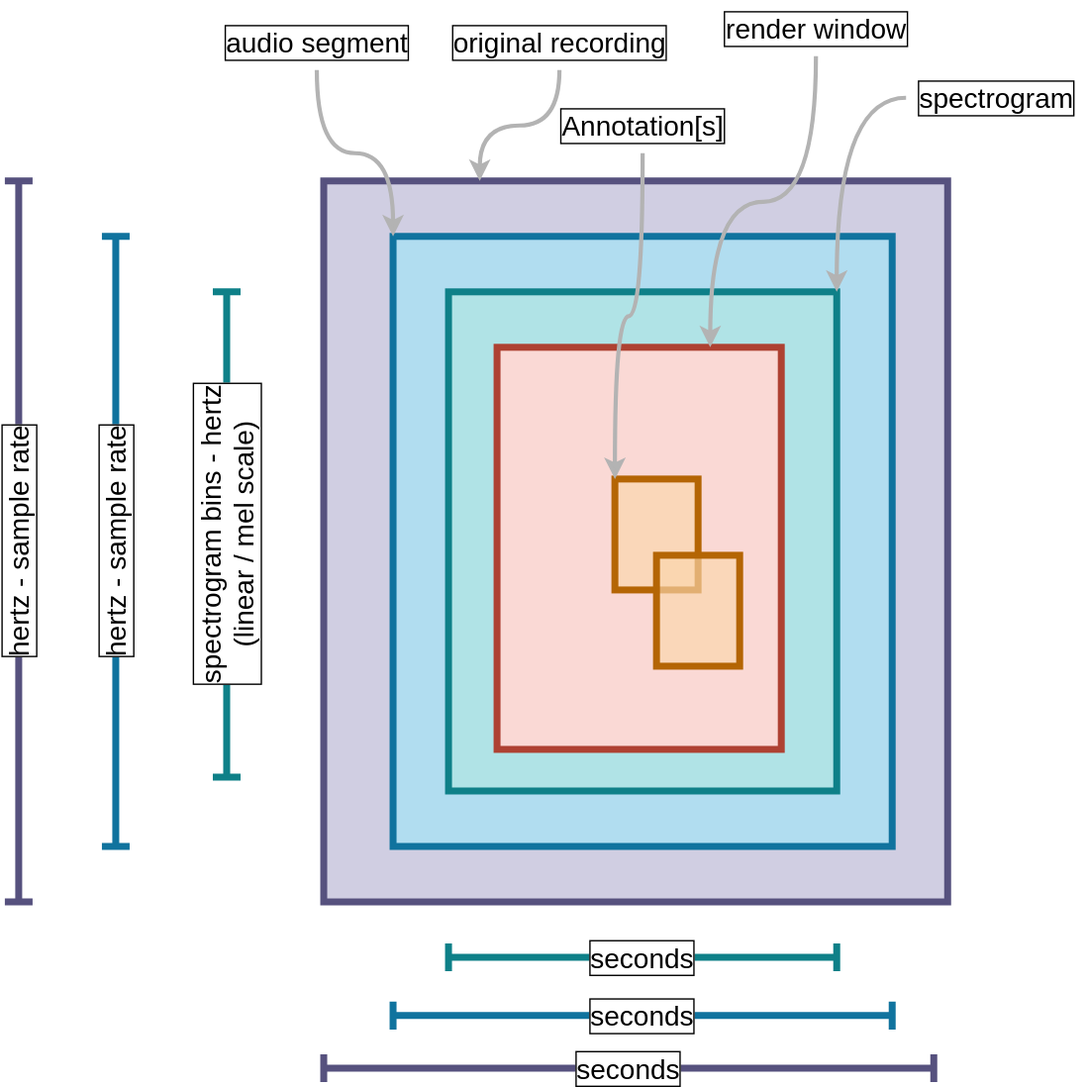
ecoacoustics/web-components keeps this draw.io diagram as docs/media/concepts.drawio.svg. Above is the earlier version. Source tidied: cells renumbered, new cells last; positions are measured from the earlier drawing's top-left corner, leaving out a move shared by most shapes. Source of this version:
```xml
<mxGraphModel>
  <root>
    <mxCell id="0" />
    <mxCell id="1" parent="0" />
    <mxCell id="2" style="rounded=0;whiteSpace=wrap;html=1;fillColor=#d0cee2;strokeWidth=5;strokeColor=#56517e;" parent="1" vertex="1">
      <mxGeometry x="230" y="130" width="450" height="520" as="geometry" />
    </mxCell>
    <mxCell id="3" style="rounded=0;whiteSpace=wrap;html=1;fillColor=#b1ddf0;strokeWidth=5;strokeColor=#10739e;" parent="1" vertex="1">
      <mxGeometry x="280" y="170" width="360" height="440" as="geometry" />
    </mxCell>
    <mxCell id="4" style="rounded=0;whiteSpace=wrap;html=1;fillColor=#b0e3e6;strokeWidth=5;strokeColor=#0e8088;" parent="1" vertex="1">
      <mxGeometry x="320" y="210" width="280" height="360" as="geometry" />
    </mxCell>
    <mxCell id="5" value="Annotation[s]" style="text;html=1;align=center;verticalAlign=middle;points=[];strokeColor=none;fillColor=none;fontSize=20;labelBackgroundColor=default;labelBorderColor=default;spacing=2;spacingTop=0;" parent="1" vertex="1">
      <mxGeometry x="390" y="70" width="140" height="40" as="geometry" />
    </mxCell>
    <mxCell id="6" style="edgeStyle=orthogonalEdgeStyle;curved=1;html=1;entryX=1;entryY=0;entryDx=0;entryDy=0;strokeColor=#B3B3B3;strokeWidth=3;fontSize=20;" parent="1" edge="1" source="7" target="4">
      <mxGeometry relative="1" as="geometry" />
    </mxCell>
    <mxCell id="7" value="spectrogram" style="text;html=1;align=center;verticalAlign=middle;points=[];strokeColor=none;fillColor=none;fontSize=20;labelBackgroundColor=default;labelBorderColor=default;spacing=2;spacingTop=0;" parent="1" vertex="1">
      <mxGeometry x="650" y="50" width="130" height="40" as="geometry" />
    </mxCell>
    <mxCell id="8" style="edgeStyle=orthogonalEdgeStyle;curved=1;html=1;entryX=0;entryY=0;entryDx=0;entryDy=0;strokeColor=#B3B3B3;strokeWidth=3;fontSize=20;" parent="1" edge="1" source="9" target="3">
      <mxGeometry relative="1" as="geometry" />
    </mxCell>
    <mxCell id="9" value="audio segment" style="text;html=1;align=center;verticalAlign=middle;points=[];strokeColor=none;fillColor=none;fontSize=20;labelBackgroundColor=default;labelBorderColor=default;spacing=2;spacingTop=0;" parent="1" vertex="1">
      <mxGeometry x="150" y="10" width="150" height="40" as="geometry" />
    </mxCell>
    <mxCell id="10" style="edgeStyle=orthogonalEdgeStyle;curved=1;html=1;entryX=0.25;entryY=0;entryDx=0;entryDy=0;strokeColor=#B3B3B3;strokeWidth=3;fontSize=20;" parent="1" edge="1" source="11" target="2">
      <mxGeometry relative="1" as="geometry" />
    </mxCell>
    <mxCell id="11" value="original recording" style="text;html=1;align=center;verticalAlign=middle;points=[];strokeColor=none;fillColor=none;fontSize=20;labelBackgroundColor=default;labelBorderColor=default;spacing=2;spacingTop=0;" parent="1" vertex="1">
      <mxGeometry x="310" y="10" width="180" height="40" as="geometry" />
    </mxCell>
    <mxCell id="12" style="rounded=0;whiteSpace=wrap;html=1;fillColor=#fad9d5;strokeWidth=5;strokeColor=#ae4132;" parent="1" vertex="1">
      <mxGeometry x="355" y="250" width="205" height="290" as="geometry" />
    </mxCell>
    <mxCell id="13" value="spectrogram bins - hertz&lt;br&gt;(linear / mel scale)" style="shape=crossbar;whiteSpace=wrap;html=1;rounded=1;direction=south;glass=0;labelBackgroundColor=default;labelBorderColor=default;sketch=0;strokeColor=#0e8088;strokeWidth=5;fontSize=20;fillColor=#b0e3e6;horizontal=0;" parent="1" vertex="1">
      <mxGeometry x="150" y="210" width="20" height="350" as="geometry" />
    </mxCell>
    <mxCell id="14" value="hertz - sample rate" style="shape=crossbar;whiteSpace=wrap;html=1;rounded=1;direction=south;glass=0;labelBackgroundColor=default;labelBorderColor=default;sketch=0;strokeColor=#10739e;strokeWidth=5;fontSize=20;fillColor=#b1ddf0;horizontal=0;" parent="1" vertex="1">
      <mxGeometry x="70" y="170" width="20" height="440" as="geometry" />
    </mxCell>
    <mxCell id="15" value="hertz - sample rate" style="shape=crossbar;whiteSpace=wrap;html=1;rounded=1;direction=south;glass=0;labelBackgroundColor=default;labelBorderColor=default;sketch=0;strokeColor=#56517e;strokeWidth=5;fontSize=20;fillColor=#d0cee2;horizontal=0;" parent="1" vertex="1">
      <mxGeometry y="130" width="20" height="520" as="geometry" />
    </mxCell>
    <mxCell id="16" value="seconds" style="shape=crossbar;whiteSpace=wrap;html=1;rounded=1;glass=0;labelBackgroundColor=default;labelBorderColor=default;sketch=0;strokeColor=#0e8088;strokeWidth=5;fontSize=20;fillColor=#b0e3e6;fixDash=0;" parent="1" vertex="1">
      <mxGeometry x="320" y="680" width="280" height="20" as="geometry" />
    </mxCell>
    <mxCell id="17" value="seconds" style="shape=crossbar;whiteSpace=wrap;html=1;rounded=1;glass=0;labelBackgroundColor=default;labelBorderColor=default;sketch=0;strokeColor=#10739e;strokeWidth=5;fontSize=20;fillColor=#b1ddf0;" parent="1" vertex="1">
      <mxGeometry x="280" y="722" width="360" height="20" as="geometry" />
    </mxCell>
    <mxCell id="18" value="seconds" style="shape=crossbar;whiteSpace=wrap;html=1;rounded=1;glass=0;labelBackgroundColor=default;labelBorderColor=default;sketch=0;strokeColor=#56517e;strokeWidth=5;fontSize=20;fillColor=#d0cee2;" parent="1" vertex="1">
      <mxGeometry x="230" y="760" width="440" height="20" as="geometry" />
    </mxCell>
    <mxCell id="19" style="rounded=0;whiteSpace=wrap;html=1;fillColor=#fad7ac;strokeWidth=5;strokeColor=#b46504;fillOpacity=66;" parent="1" vertex="1">
      <mxGeometry x="440" y="345" width="60" height="80" as="geometry" />
    </mxCell>
    <mxCell id="20" style="rounded=0;whiteSpace=wrap;html=1;fillColor=#fad7ac;strokeWidth=5;strokeColor=#b46504;glass=0;fillOpacity=66;" parent="1" vertex="1">
      <mxGeometry x="470" y="400" width="60" height="80" as="geometry" />
    </mxCell>
    <mxCell id="21" style="edgeStyle=orthogonalEdgeStyle;html=1;entryX=0;entryY=0;entryDx=0;entryDy=0;fontSize=20;curved=1;strokeWidth=3;strokeColor=#B3B3B3;" parent="1" edge="1" source="5" target="19">
      <mxGeometry relative="1" as="geometry" />
    </mxCell>
    <mxCell id="22" style="edgeStyle=orthogonalEdgeStyle;curved=1;html=1;entryX=0.75;entryY=0;entryDx=0;entryDy=0;strokeColor=#B3B3B3;strokeWidth=3;fontSize=20;" parent="1" edge="1" source="23" target="12">
      <mxGeometry relative="1" as="geometry" />
    </mxCell>
    <mxCell id="23" value="render window" style="text;html=1;align=center;verticalAlign=middle;points=[];strokeColor=none;fillColor=none;fontSize=20;labelBackgroundColor=default;labelBorderColor=default;spacing=2;spacingTop=0;" parent="1" vertex="1">
      <mxGeometry x="510" width="150" height="40" as="geometry" />
    </mxCell>
  </root>
</mxGraphModel>
```
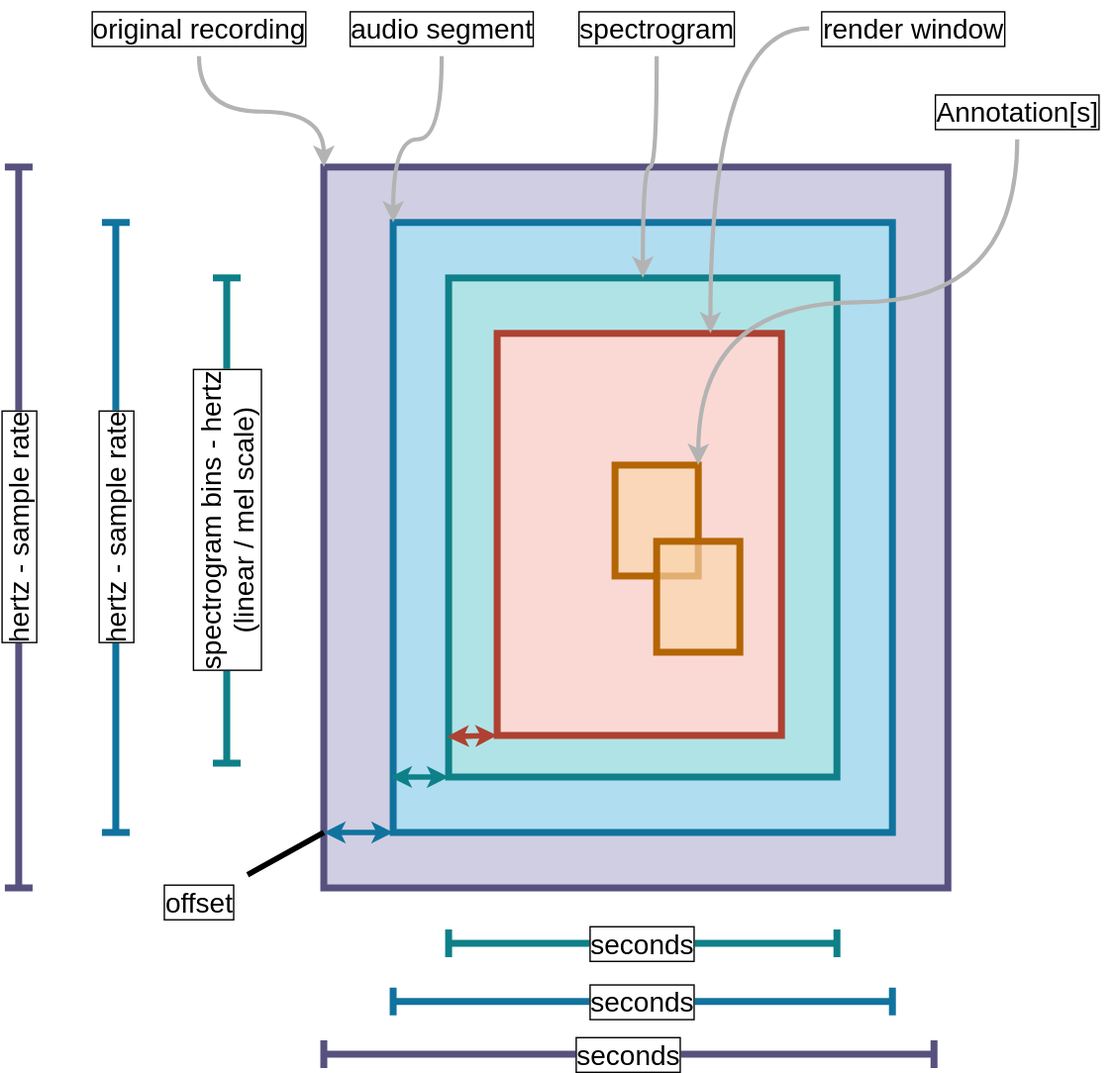
Later version of the same file.

Diff of the diagram source:
```diff
@@ -12,25 +12,25 @@
       <mxGeometry x="320" y="210" width="280" height="360" as="geometry" />
     </mxCell>
     <mxCell id="5" value="Annotation[s]" style="text;html=1;align=center;verticalAlign=middle;points=[];strokeColor=none;fillColor=none;fontSize=20;labelBackgroundColor=default;labelBorderColor=default;spacing=2;spacingTop=0;" parent="1" vertex="1">
-      <mxGeometry x="390" y="70" width="140" height="40" as="geometry" />
+      <mxGeometry x="660" y="70" width="140" height="40" as="geometry" />
     </mxCell>
-    <mxCell id="6" style="edgeStyle=orthogonalEdgeStyle;curved=1;html=1;entryX=1;entryY=0;entryDx=0;entryDy=0;strokeColor=#B3B3B3;strokeWidth=3;fontSize=20;" parent="1" edge="1" source="7" target="4">
+    <mxCell id="6" style="edgeStyle=orthogonalEdgeStyle;curved=1;html=1;strokeColor=#B3B3B3;strokeWidth=3;fontSize=20;" parent="1" edge="1" source="7" target="4">
       <mxGeometry relative="1" as="geometry" />
     </mxCell>
     <mxCell id="7" value="spectrogram" style="text;html=1;align=center;verticalAlign=middle;points=[];strokeColor=none;fillColor=none;fontSize=20;labelBackgroundColor=default;labelBorderColor=default;spacing=2;spacingTop=0;" parent="1" vertex="1">
-      <mxGeometry x="650" y="50" width="130" height="40" as="geometry" />
+      <mxGeometry x="405" y="10" width="130" height="40" as="geometry" />
     </mxCell>
     <mxCell id="8" style="edgeStyle=orthogonalEdgeStyle;curved=1;html=1;entryX=0;entryY=0;entryDx=0;entryDy=0;strokeColor=#B3B3B3;strokeWidth=3;fontSize=20;" parent="1" edge="1" source="9" target="3">
       <mxGeometry relative="1" as="geometry" />
     </mxCell>
     <mxCell id="9" value="audio segment" style="text;html=1;align=center;verticalAlign=middle;points=[];strokeColor=none;fillColor=none;fontSize=20;labelBackgroundColor=default;labelBorderColor=default;spacing=2;spacingTop=0;" parent="1" vertex="1">
-      <mxGeometry x="150" y="10" width="150" height="40" as="geometry" />
+      <mxGeometry x="240" y="10" width="150" height="40" as="geometry" />
     </mxCell>
-    <mxCell id="10" style="edgeStyle=orthogonalEdgeStyle;curved=1;html=1;entryX=0.25;entryY=0;entryDx=0;entryDy=0;strokeColor=#B3B3B3;strokeWidth=3;fontSize=20;" parent="1" edge="1" source="11" target="2">
+    <mxCell id="10" style="edgeStyle=orthogonalEdgeStyle;curved=1;html=1;entryX=0;entryY=0;entryDx=0;entryDy=0;strokeColor=#B3B3B3;strokeWidth=3;fontSize=20;" parent="1" edge="1" source="11" target="2">
       <mxGeometry relative="1" as="geometry" />
     </mxCell>
     <mxCell id="11" value="original recording" style="text;html=1;align=center;verticalAlign=middle;points=[];strokeColor=none;fillColor=none;fontSize=20;labelBackgroundColor=default;labelBorderColor=default;spacing=2;spacingTop=0;" parent="1" vertex="1">
-      <mxGeometry x="310" y="10" width="180" height="40" as="geometry" />
+      <mxGeometry x="50" y="10" width="180" height="40" as="geometry" />
     </mxCell>
     <mxCell id="12" style="rounded=0;whiteSpace=wrap;html=1;fillColor=#fad9d5;strokeWidth=5;strokeColor=#ae4132;" parent="1" vertex="1">
       <mxGeometry x="355" y="250" width="205" height="290" as="geometry" />
@@ -59,14 +59,31 @@
     <mxCell id="20" style="rounded=0;whiteSpace=wrap;html=1;fillColor=#fad7ac;strokeWidth=5;strokeColor=#b46504;glass=0;fillOpacity=66;" parent="1" vertex="1">
       <mxGeometry x="470" y="400" width="60" height="80" as="geometry" />
     </mxCell>
-    <mxCell id="21" style="edgeStyle=orthogonalEdgeStyle;html=1;entryX=0;entryY=0;entryDx=0;entryDy=0;fontSize=20;curved=1;strokeWidth=3;strokeColor=#B3B3B3;" parent="1" edge="1" source="5" target="19">
+    <mxCell id="21" style="edgeStyle=orthogonalEdgeStyle;html=1;entryX=1;entryY=0;entryDx=0;entryDy=0;fontSize=20;curved=1;strokeWidth=3;strokeColor=#B3B3B3;exitX=0.5;exitY=1;exitDx=0;exitDy=0;exitPerimeter=0;" parent="1" edge="1" source="5" target="19">
       <mxGeometry relative="1" as="geometry" />
     </mxCell>
     <mxCell id="22" style="edgeStyle=orthogonalEdgeStyle;curved=1;html=1;entryX=0.75;entryY=0;entryDx=0;entryDy=0;strokeColor=#B3B3B3;strokeWidth=3;fontSize=20;" parent="1" edge="1" source="23" target="12">
       <mxGeometry relative="1" as="geometry" />
     </mxCell>
     <mxCell id="23" value="render window" style="text;html=1;align=center;verticalAlign=middle;points=[];strokeColor=none;fillColor=none;fontSize=20;labelBackgroundColor=default;labelBorderColor=default;spacing=2;spacingTop=0;" parent="1" vertex="1">
-      <mxGeometry x="510" width="150" height="40" as="geometry" />
+      <mxGeometry x="580" y="10" width="150" height="40" as="geometry" />
     </mxCell>
+    <mxCell id="24" style="endArrow=classic;startArrow=classic;html=1;fillColor=#b1ddf0;strokeColor=#10739e;strokeWidth=4;entryX=0;entryY=1;entryDx=0;entryDy=0;exitX=0;exitY=0.923;exitDx=0;exitDy=0;exitPerimeter=0;endSize=3;startSize=3;" parent="1" edge="1" source="2" target="3">
+      <mxGeometry relative="1" as="geometry" />
+    </mxCell>
+    <mxCell id="25" style="edgeStyle=none;html=1;strokeWidth=4;endArrow=none;endFill=0;" parent="1" edge="1" source="26">
+      <mxGeometry relative="1" as="geometry">
+        <mxPoint x="230" y="610" as="targetPoint" />
+      </mxGeometry>
+    </mxCell>
+    <mxCell id="26" value="offset" style="text;html=1;align=center;verticalAlign=middle;points=[];strokeColor=none;fillColor=none;fontSize=20;labelBackgroundColor=default;labelBorderColor=default;spacing=2;spacingTop=0;" parent="1" vertex="1">
+      <mxGeometry x="105" y="640" width="70" height="40" as="geometry" />
+    </mxCell>
+    <mxCell id="27" style="endArrow=classic;startArrow=classic;html=1;fillColor=#b0e3e6;strokeColor=#0e8088;strokeWidth=4;entryX=0;entryY=1;entryDx=0;entryDy=0;exitX=-0.006;exitY=0.909;exitDx=0;exitDy=0;exitPerimeter=0;endSize=3;startSize=3;" parent="1" edge="1" source="3" target="4">
+      <mxGeometry relative="1" as="geometry" />
+    </mxCell>
+    <mxCell id="28" style="endArrow=classic;startArrow=classic;html=1;fillColor=#fad9d5;strokeColor=#ae4132;strokeWidth=4;entryX=0;entryY=1;entryDx=0;entryDy=0;exitX=-0.004;exitY=0.919;exitDx=0;exitDy=0;exitPerimeter=0;endSize=3;startSize=3;" parent="1" edge="1" source="4" target="12">
+      <mxGeometry relative="1" as="geometry" />
+    </mxCell>
   </root>
 </mxGraphModel>
```
